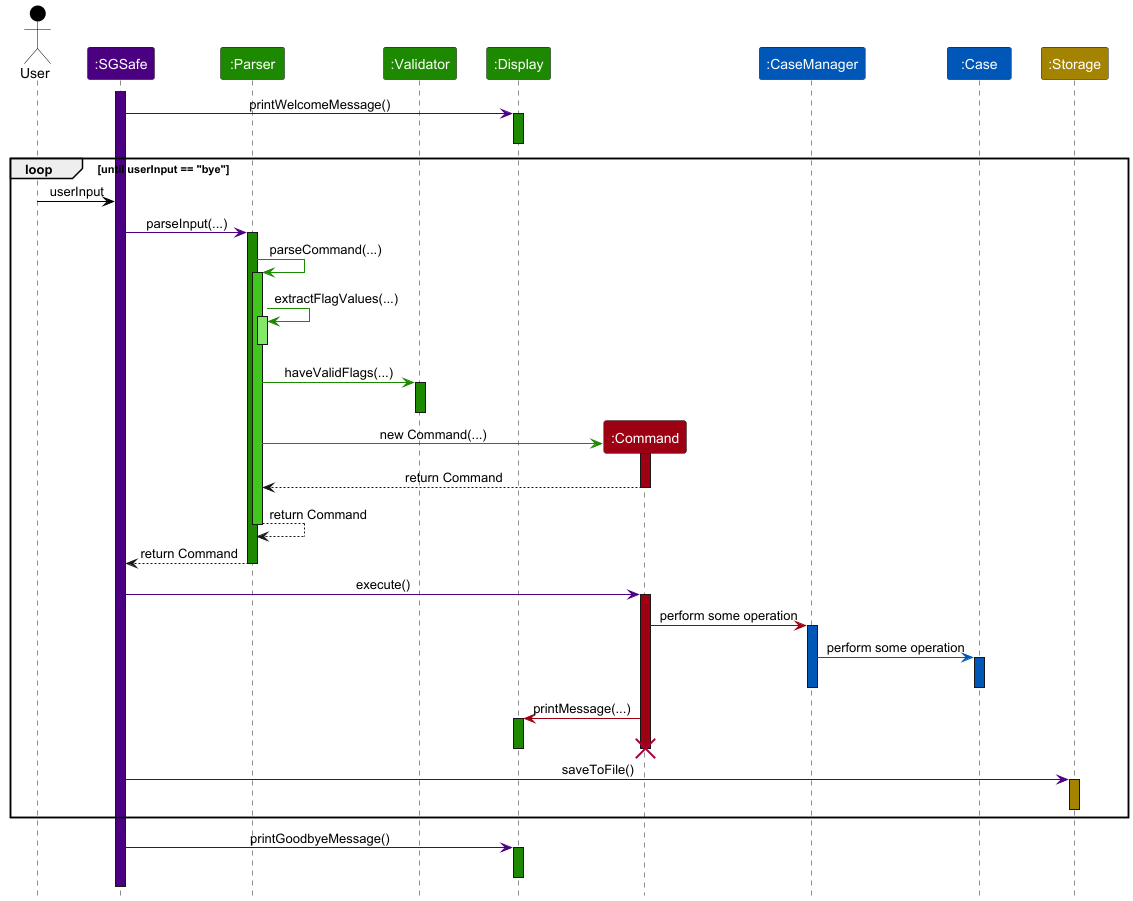
zhengjie2002/tp keeps this PlantUML diagram as docs/images/SequenceDiagramGenericCombined.png. Above is the earlier version. Its diagram source:
```plantuml
@startuml
!include ../style.puml
skinparam ArrowFontStyle plain

actor User as user USER_COLOR
participant ":SGSafe" as sgsafe MAIN_COLOR
participant ":Parser" as parser UI_COLOR
participant ":Validator" as validator UI_COLOR
participant ":Display" as display UI_COLOR

activate sgsafe MAIN_COLOR

sgsafe -[MAIN_COLOR]> display :printWelcomeMessage()
activate display UI_COLOR
deactivate display UI_COLOR

loop until userInput == "bye"
    user -[USER_COLOR]> sgsafe : userInput

    sgsafe -[MAIN_COLOR]> parser : parseInput(...)
    activate parser UI_COLOR

    parser -[UI_COLOR]> parser : parseCommand(...)
    activate parser UI_COLOR_T2

    parser -[UI_COLOR]> parser : extractFlagValues(...)
    activate parser UI_COLOR_T1
    deactivate parser

    parser -[UI_COLOR]> validator : haveValidFlags(...)
    activate validator UI_COLOR
    deactivate validator

    create participant ":Command" as cmd COMMAND_COLOR
    parser -[UI_COLOR]> cmd : new Command(...)
    activate cmd COMMAND_COLOR

    cmd --> parser : return Command
    deactivate cmd

    parser --> parser : return Command
    deactivate parser

    parser --> sgsafe : return Command
    deactivate parser

    sgsafe -[MAIN_COLOR]> cmd : execute()
    activate cmd COMMAND_COLOR

    participant ":CaseManager" as caseMgr CASEFILE_COLOR
    participant ":Case" as case CASEFILE_COLOR
    participant ":Storage" as storage STORAGE_COLOR

    cmd -[COMMAND_COLOR]> caseMgr : perform some operation
    activate caseMgr CASEFILE_COLOR

    caseMgr -[CASEFILE_COLOR]> case : perform some operation
    activate case CASEFILE_COLOR
    deactivate case
    deactivate caseMgr

    cmd -[COMMAND_COLOR]> display : printMessage(...)
    activate display UI_COLOR
    deactivate display
    deactivate cmd

    destroy cmd

    sgsafe -[MAIN_COLOR]> storage : saveToFile()
    activate storage STORAGE_COLOR
    deactivate storage

end

sgsafe -[MAIN_COLOR]> display :printGoodbyeMessage()
activate display UI_COLOR
deactivate display UI_COLOR

@enduml
```
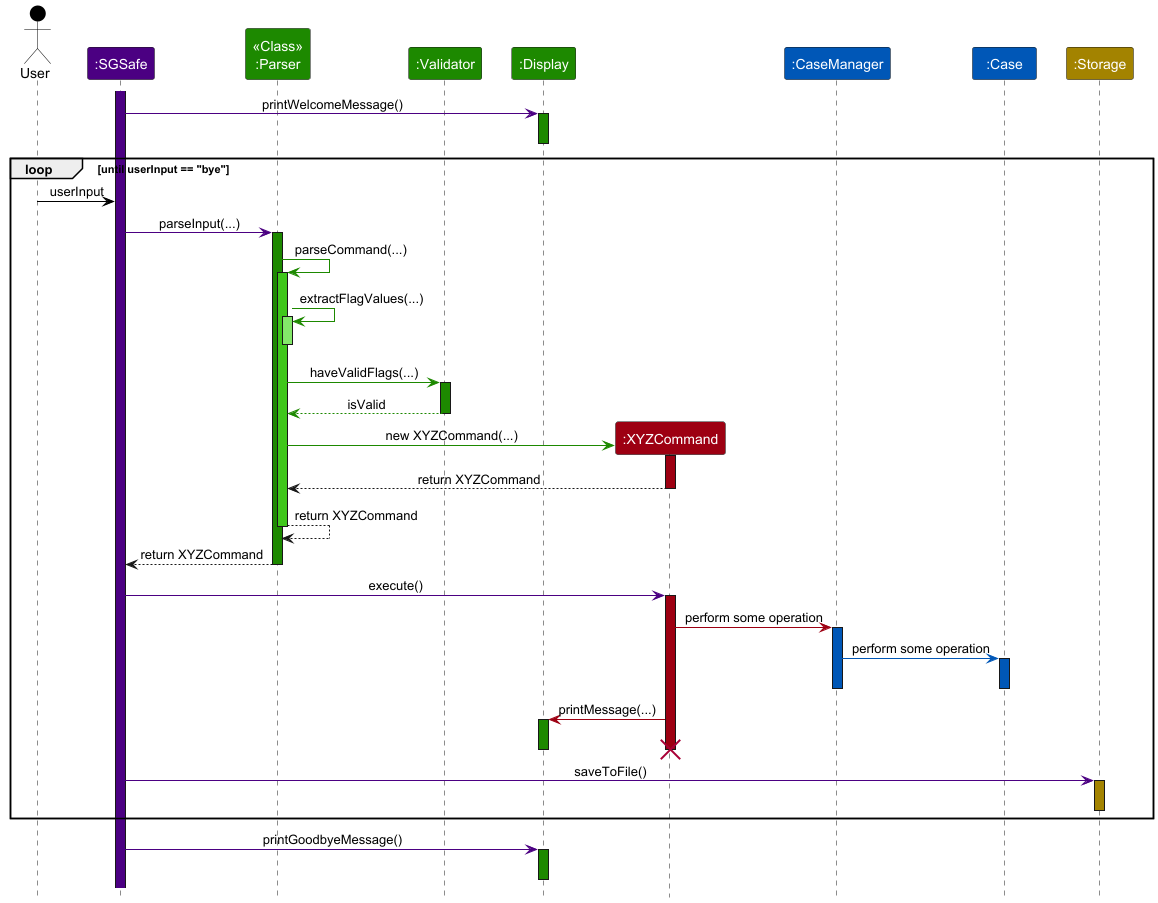
Later version of the same file.

Commit message:
Modify generic sequence diagram

The edit, as a diff of the source:
```diff
@@ -4,7 +4,7 @@
 
 actor User as user USER_COLOR
 participant ":SGSafe" as sgsafe MAIN_COLOR
-participant ":Parser" as parser UI_COLOR
+participant "<<Class>>\n:Parser" as parser UI_COLOR
 participant ":Validator" as validator UI_COLOR
 participant ":Display" as display UI_COLOR
 
@@ -29,19 +29,22 @@
 
     parser -[UI_COLOR]> validator : haveValidFlags(...)
     activate validator UI_COLOR
+
+    return isValid
     deactivate validator
 
-    create participant ":Command" as cmd COMMAND_COLOR
-    parser -[UI_COLOR]> cmd : new Command(...)
+
+    create participant ":XYZCommand" as cmd COMMAND_COLOR
+    parser -[UI_COLOR]> cmd : new XYZCommand(...)
     activate cmd COMMAND_COLOR
 
-    cmd --> parser : return Command
+    cmd --> parser : return XYZCommand
     deactivate cmd
 
-    parser --> parser : return Command
+    parser --> parser : return XYZCommand
     deactivate parser
 
-    parser --> sgsafe : return Command
+    parser --> sgsafe : return XYZCommand
     deactivate parser
 
     sgsafe -[MAIN_COLOR]> cmd : execute()
```
